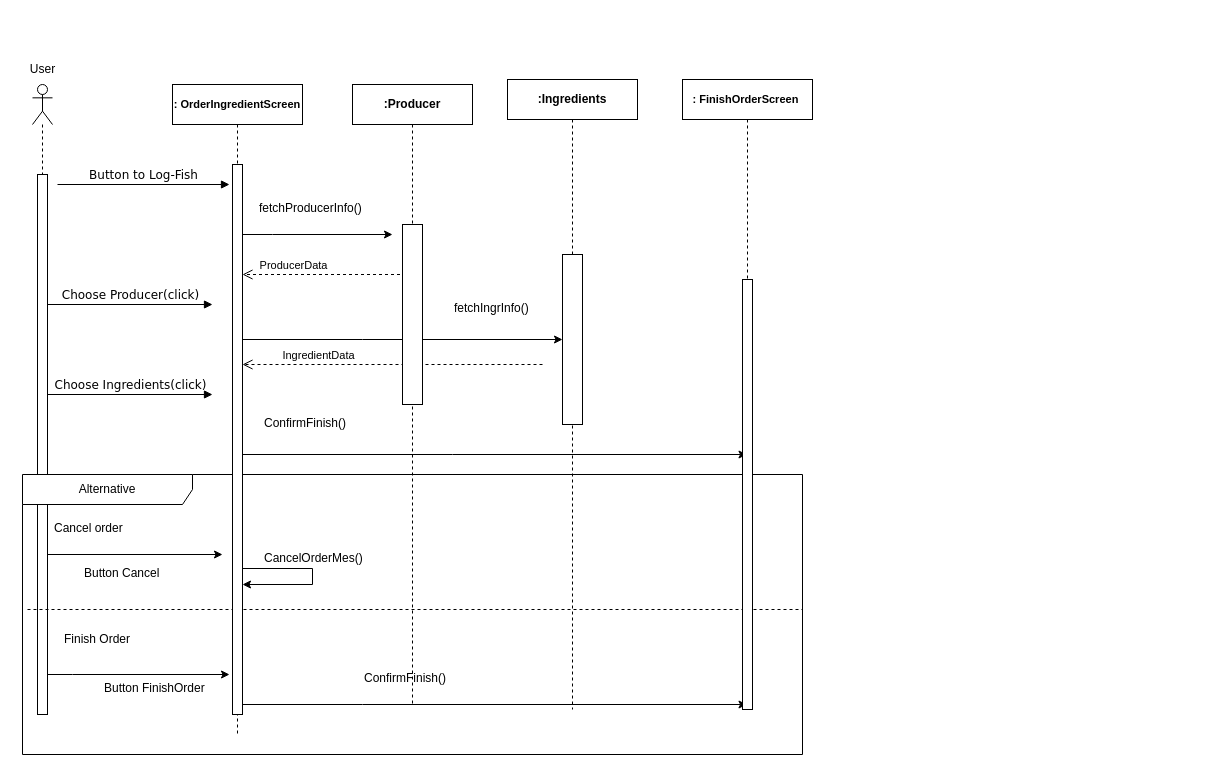
Before: Delivarable3/SequenceDiagram/OrderIngredientsSeq.drawio in TMCEID/SoftEngFishApp, a draw.io diagram. Source tidied: cells renumbered, new cells numbered last; positions are measured from the earlier drawing's top-left corner, leaving out a move shared by most shapes. Both pictures are drawn from the tidied source at 100%, with x=0, y=0 at pixel (17, 54).
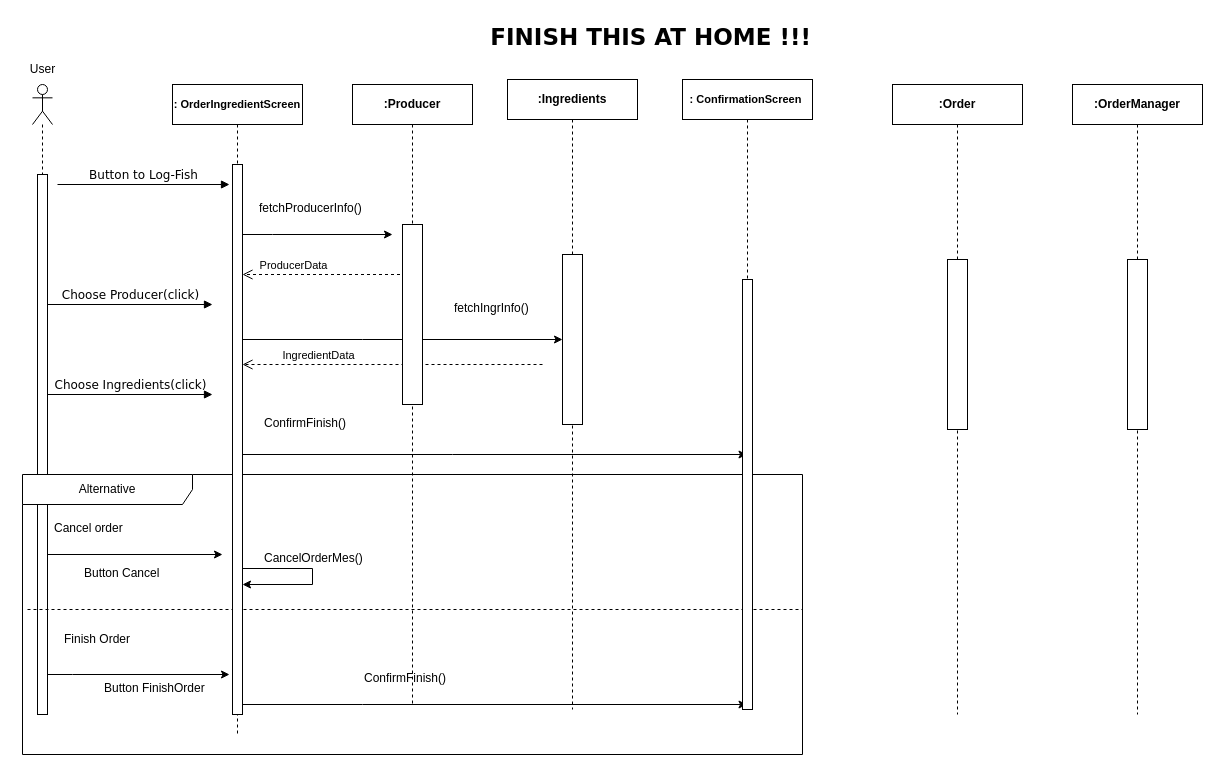
After the change.

Commit message:
Kostas: Finish this at home!!

What changed in the source:
```diff
@@
-    <mxCell id="27" value="&lt;b&gt;&lt;font style=&quot;font-size: 11px;&quot;&gt;: FinishOrderScreen&amp;nbsp; &lt;br&gt;&lt;/font&gt;&lt;/b&gt;" style="shape=umlLifeline;perimeter=lifelinePerimeter;whiteSpace=wrap;html=1;outlineConnect=0;portConstraint=eastwest;newEdgeStyle={&quot;curved&quot;:0,&quot;rounded&quot;:0};" parent="1" vertex="1">
+    <mxCell id="27" value="&lt;b&gt;&lt;font style=&quot;font-size: 11px;&quot;&gt;: ConfirmationScreen&amp;nbsp; &lt;br&gt;&lt;/font&gt;&lt;/b&gt;" style="shape=umlLifeline;perimeter=lifelinePerimeter;whiteSpace=wrap;html=1;outlineConnect=0;portConstraint=eastwest;newEdgeStyle={&quot;curved&quot;:0,&quot;rounded&quot;:0};" parent="1" vertex="1">
       <mxGeometry x="665" y="25" width="130" height="630" as="geometry" />
     </mxCell>
@@
+    <mxCell id="36" value="&lt;b&gt;:Order&lt;/b&gt;" style="shape=umlLifeline;perimeter=lifelinePerimeter;whiteSpace=wrap;html=1;newEdgeStyle={&quot;curved&quot;:0,&quot;rounded&quot;:0};" parent="1" vertex="1">
+      <mxGeometry x="875" y="30" width="130" height="630" as="geometry" />
+    </mxCell>
+    <mxCell id="37" style="html=1;perimeter=orthogonalPerimeter;targetShapes=umlLifeline;newEdgeStyle={&quot;curved&quot;:0,&quot;rounded&quot;:0};" parent="36" vertex="1">
+      <mxGeometry x="55" y="175" width="20" height="170" as="geometry" />
+    </mxCell>
+    <mxCell id="38" value="&lt;b&gt;:OrderManager&lt;/b&gt;" style="shape=umlLifeline;perimeter=lifelinePerimeter;whiteSpace=wrap;html=1;newEdgeStyle={&quot;curved&quot;:0,&quot;rounded&quot;:0};" parent="1" vertex="1">
+      <mxGeometry x="1055" y="30" width="130" height="630" as="geometry" />
+    </mxCell>
+    <mxCell id="39" style="html=1;perimeter=orthogonalPerimeter;targetShapes=umlLifeline;newEdgeStyle={&quot;curved&quot;:0,&quot;rounded&quot;:0};" parent="38" vertex="1">
+      <mxGeometry x="55" y="175" width="20" height="170" as="geometry" />
+    </mxCell>
+    <mxCell id="40" value="&lt;font style=&quot;font-size: 23px;&quot;&gt;&lt;b&gt;&lt;font face=&quot;Verdana&quot;&gt;FINISH THIS AT HOME !!!&lt;span style=&quot;white-space: pre;&quot;&gt;&#9;&lt;/span&gt;&lt;/font&gt;&lt;/b&gt;&lt;/font&gt;" style="text;html=1;align=center;verticalAlign=middle;strokeColor=none;fillColor=none;" parent="1" vertex="1">
+      <mxGeometry x="480" y="-37" width="370" height="40" as="geometry" />
+    </mxCell>
```
